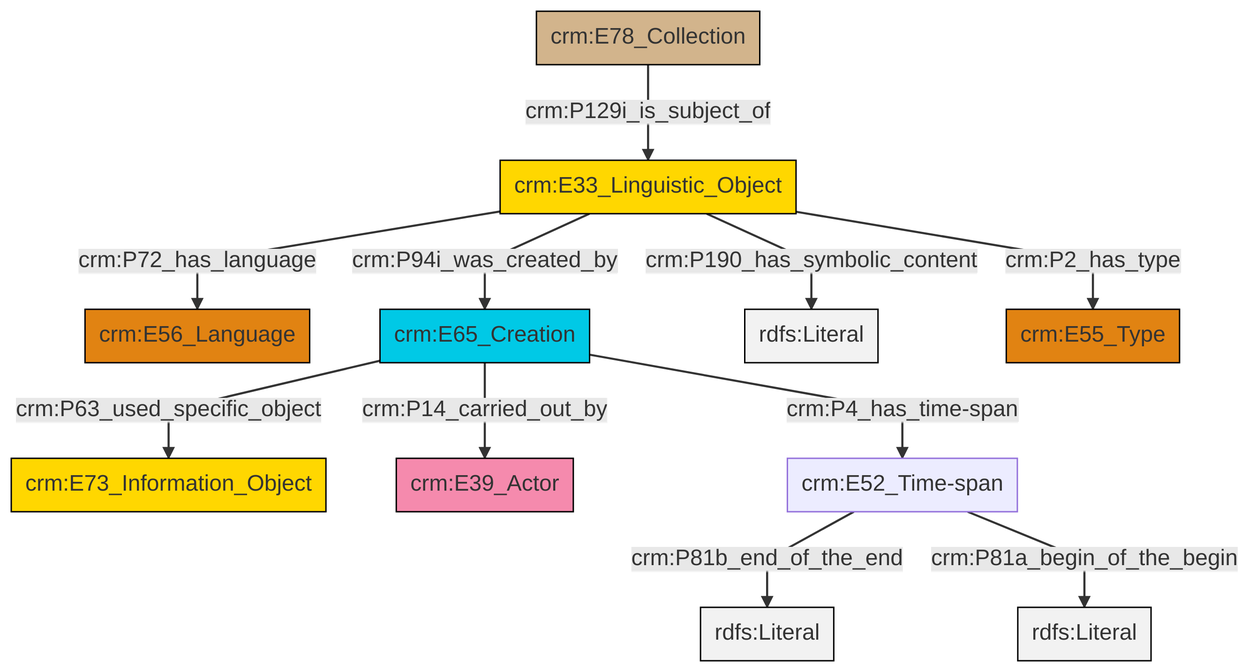
Above: et/archivalCSV/ttl/mmd/png/archival_desc.png in swiss-art-research-net/docs.swissartresearch (Mermaid), before the change. Its source is kept beside it as et/archivalCSV/ttl/mmd/archival_desc.ttl.mmd.
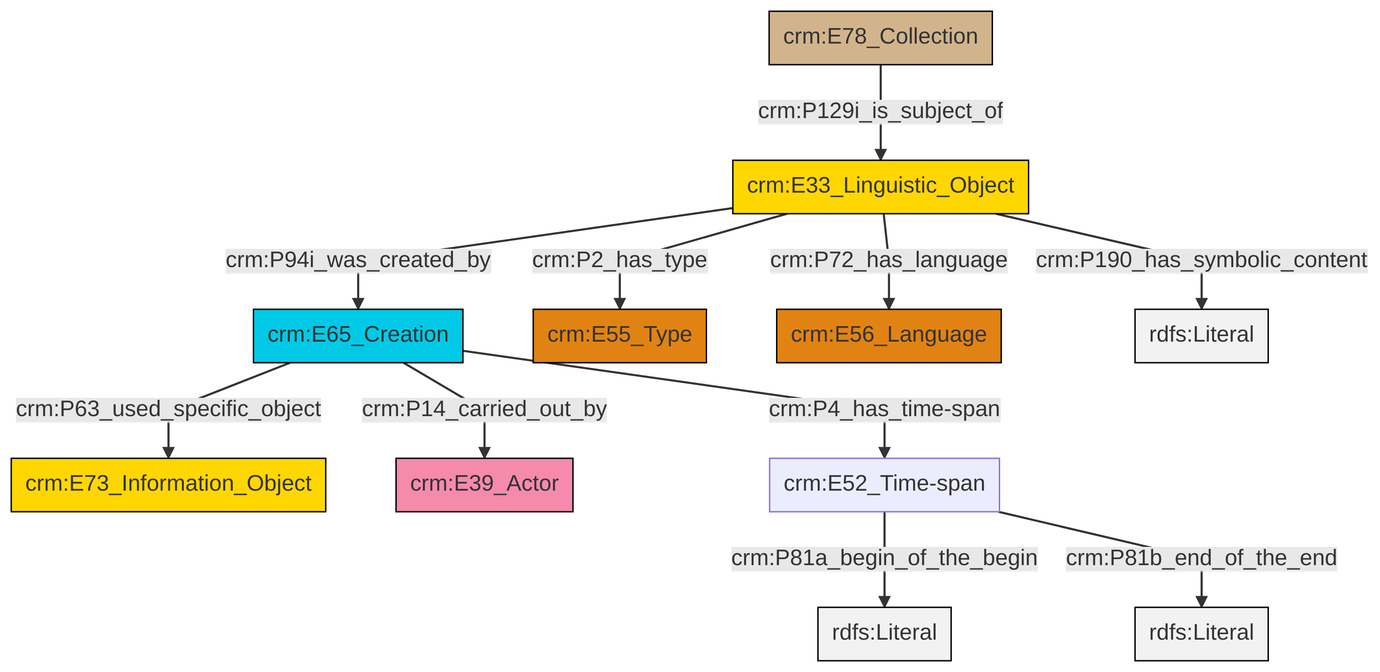
The same diagram one commit later.

Diff of the diagram source:
```diff
@@ -13,13 +13,13 @@
 classDef PC_Classes fill:#4ce600, stroke:#000000;
 classDef Multi fill:#cccccc,stroke:#000000;
 
-0["crm:E33_Linguistic_Object"]:::Conceptual_Object -->|crm:P72_has_language| 1["crm:E56_Language"]:::Type
-2["crm:E65_Creation"]:::Temporal_Entity -->|crm:P63_used_specific_object| 3["crm:E73_Information_Object"]:::Conceptual_Object
-4["crm:E78_Collection"]:::Physical_Thing -->|crm:P129i_is_subject_of| 0["crm:E33_Linguistic_Object"]:::Conceptual_Object
-0["crm:E33_Linguistic_Object"]:::Conceptual_Object -->|crm:P190_has_symbolic_content| 5[rdfs:Literal]:::Literal
-8["crm:E52_Time-span"]:::Default -->|crm:P81b_end_of_the_end| 9[rdfs:Literal]:::Literal
-2["crm:E65_Creation"]:::Temporal_Entity -->|crm:P14_carried_out_by| 6["crm:E39_Actor"]:::Actor
-0["crm:E33_Linguistic_Object"]:::Conceptual_Object -->|crm:P2_has_type| 12["crm:E55_Type"]:::Type
-8["crm:E52_Time-span"]:::Default -->|crm:P81a_begin_of_the_begin| 16[rdfs:Literal]:::Literal
-0["crm:E33_Linguistic_Object"]:::Conceptual_Object -->|crm:P94i_was_created_by| 2["crm:E65_Creation"]:::Temporal_Entity
-2["crm:E65_Creation"]:::Temporal_Entity -->|crm:P4_has_time-span| 8["crm:E52_Time-span"]:::Default
+0["crm:E65_Creation"]:::Temporal_Entity -->|crm:P63_used_specific_object| 1["crm:E73_Information_Object"]:::Conceptual_Object
+4["crm:E33_Linguistic_Object"]:::Conceptual_Object -->|crm:P2_has_type| 5["crm:E55_Type"]:::Type
+4["crm:E33_Linguistic_Object"]:::Conceptual_Object -->|crm:P72_has_language| 6["crm:E56_Language"]:::Type
+4["crm:E33_Linguistic_Object"]:::Conceptual_Object -->|crm:P190_has_symbolic_content| 9[rdfs:Literal]:::Literal
+0["crm:E65_Creation"]:::Temporal_Entity -->|crm:P4_has_time-span| 10["crm:E52_Time-span"]:::Default
+4["crm:E33_Linguistic_Object"]:::Conceptual_Object -->|crm:P94i_was_created_by| 0["crm:E65_Creation"]:::Temporal_Entity
+10["crm:E52_Time-span"]:::Default -->|crm:P81a_begin_of_the_begin| 14[rdfs:Literal]:::Literal
+0["crm:E65_Creation"]:::Temporal_Entity -->|crm:P14_carried_out_by| 2["crm:E39_Actor"]:::Actor
+7["crm:E78_Collection"]:::Physical_Thing -->|crm:P129i_is_subject_of| 4["crm:E33_Linguistic_Object"]:::Conceptual_Object
+10["crm:E52_Time-span"]:::Default -->|crm:P81b_end_of_the_end| 18[rdfs:Literal]:::Literal
```
